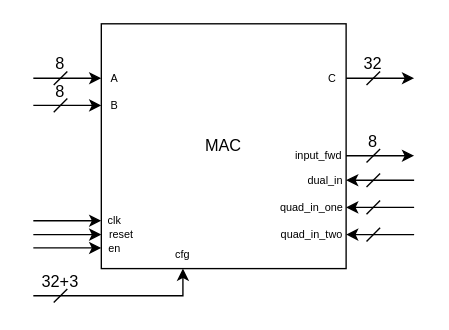
The draw.io diagram page "mac-block" (2 of 4) of diagrams/mac_design.drawio in ucb-cs250/mac_team, before the edit. Source tidied: cells renumbered, new cells numbered last; positions are measured from the earlier drawing's top-left corner, leaving out a move shared by most shapes. Both pictures are drawn from the tidied source at 136%, with x=0, y=0 at pixel (33, 23).
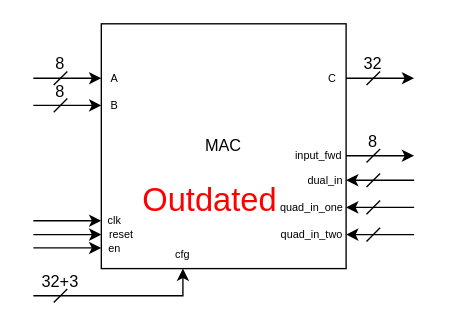
The same page after the edit.

Diff of the diagram source:
```diff
@@
+    <mxCell id="38" value="&lt;font color=&quot;#ff0000&quot; style=&quot;font-size: 24px&quot;&gt;Outdated&lt;/font&gt;" style="text;html=1;strokeColor=none;fillColor=none;align=center;verticalAlign=middle;whiteSpace=wrap;rounded=0;" parent="1" vertex="1">
+      <mxGeometry x="10" y="95" width="240" height="70" as="geometry" />
+    </mxCell>
```
